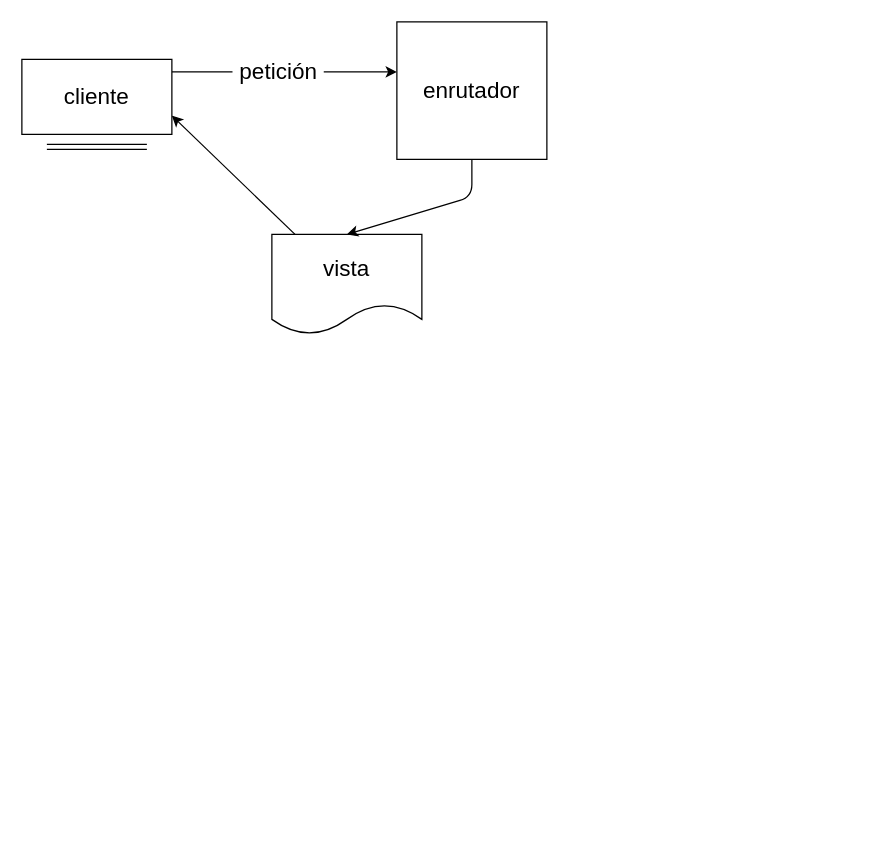
Before: Laravel-MVC.drawio in exegeses/Gute-Nacht-Laravel, a draw.io diagram. Source tidied: cells renumbered, new cells numbered last; positions are measured from the earlier drawing's top-left corner, leaving out a move shared by most shapes. Both pictures are drawn from the tidied source at 125%, with x=0, y=0 at pixel (21, 21).
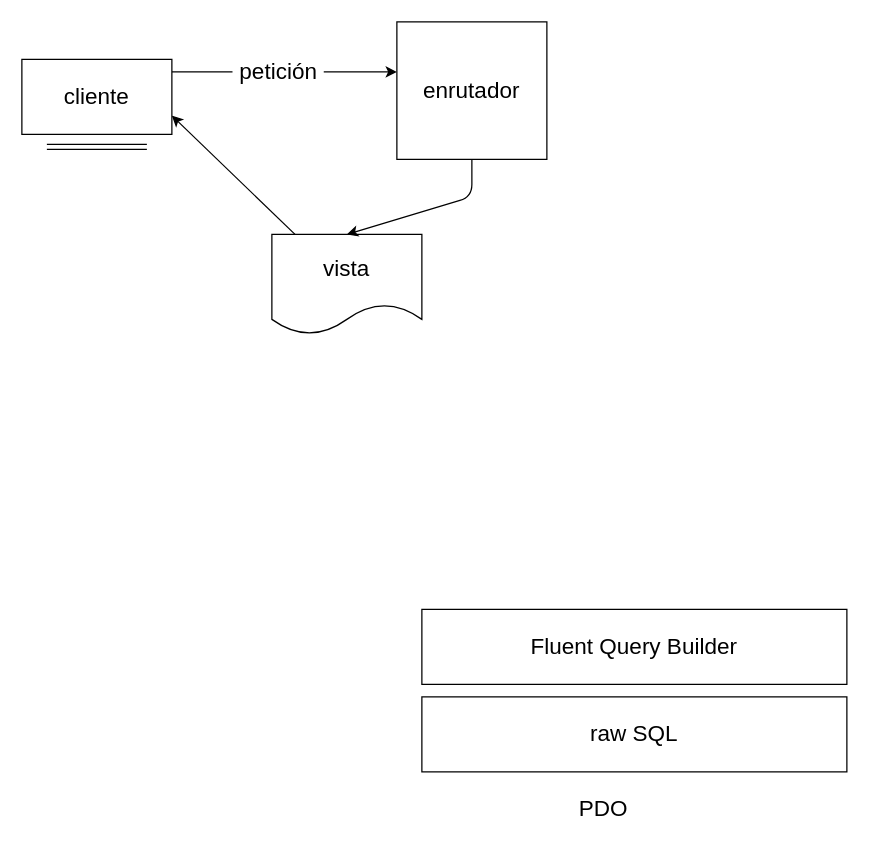
The same diagram, later.

Diff of the diagram source:
```diff
@@
 <mxGraphModel>
   <root>
     <mxCell id="0" />
     <mxCell id="1" parent="0" />
     <mxCell id="2" style="edgeStyle=orthogonalEdgeStyle;rounded=0;jettySize=auto;html=1;" parent="1" edge="1" source="4" target="5">
       <mxGeometry relative="1" as="geometry">
         <Array as="points">
           <mxPoint x="230" y="40" />
           <mxPoint x="230" y="40" />
         </Array>
       </mxGeometry>
     </mxCell>
     <mxCell id="3" value="&lt;font style=&quot;font-size: 18px&quot;&gt;&amp;nbsp;petición&amp;nbsp;&lt;/font&gt;" style="edgeLabel;html=1;align=center;verticalAlign=middle;" parent="2" vertex="1">
       <mxGeometry y="7" relative="1" as="geometry">
         <mxPoint x="-6" y="6" as="offset" />
       </mxGeometry>
     </mxCell>
     <mxCell id="4" value="&lt;font style=&quot;font-size: 18px&quot;&gt;cliente&lt;/font&gt;" style="rounded=0;whiteSpace=wrap;html=1;" parent="1" vertex="1">
       <mxGeometry y="30" width="120" height="60" as="geometry" />
     </mxCell>
     <mxCell id="5" value="&lt;span style=&quot;font-size: 18px&quot;&gt;enrutador&lt;/span&gt;" style="rounded=0;whiteSpace=wrap;html=1;" parent="1" vertex="1">
       <mxGeometry x="300" width="120" height="110" as="geometry" />
     </mxCell>
     <mxCell id="6" style="shape=link;html=1;" parent="1" edge="1">
       <mxGeometry relative="1" as="geometry">
         <mxPoint x="20" y="100" as="sourcePoint" />
         <mxPoint x="100" y="100" as="targetPoint" />
       </mxGeometry>
     </mxCell>
     <mxCell id="7" value="&lt;font style=&quot;font-size: 18px&quot;&gt;vista&lt;/font&gt;" style="shape=document;whiteSpace=wrap;html=1;boundedLbl=1;" parent="1" vertex="1">
       <mxGeometry x="200" y="170" width="120" height="80" as="geometry" />
     </mxCell>
     <mxCell id="8" style="endArrow=classic;html=1;entryX=0.5;entryY=0;entryDx=0;entryDy=0;" parent="1" edge="1" source="5" target="7">
       <mxGeometry relative="1" as="geometry">
         <Array as="points">
           <mxPoint x="360" y="140" />
         </Array>
       </mxGeometry>
     </mxCell>
     <mxCell id="9" style="endArrow=classic;html=1;entryX=1;entryY=0.75;entryDx=0;entryDy=0;" parent="1" edge="1" source="7" target="4">
       <mxGeometry relative="1" as="geometry" />
     </mxCell>
+    <mxCell id="10" value="&lt;font style=&quot;font-size: 18px&quot;&gt;raw SQL&lt;/font&gt;" style="rounded=0;whiteSpace=wrap;html=1;" parent="1" vertex="1">
+      <mxGeometry x="320" y="540" width="340" height="60" as="geometry" />
+    </mxCell>
+    <mxCell id="11" value="&lt;font style=&quot;font-size: 18px&quot;&gt;PDO&lt;/font&gt;" style="text;html=1;align=center;verticalAlign=middle;" parent="1" vertex="1">
+      <mxGeometry x="440" y="620" width="50" height="20" as="geometry" />
+    </mxCell>
+    <mxCell id="12" value="&lt;font style=&quot;font-size: 18px&quot;&gt;Fluent Query Builder&lt;/font&gt;" style="rounded=0;whiteSpace=wrap;html=1;" parent="1" vertex="1">
+      <mxGeometry x="320" y="470" width="340" height="60" as="geometry" />
+    </mxCell>
   </root>
 </mxGraphModel>
```
